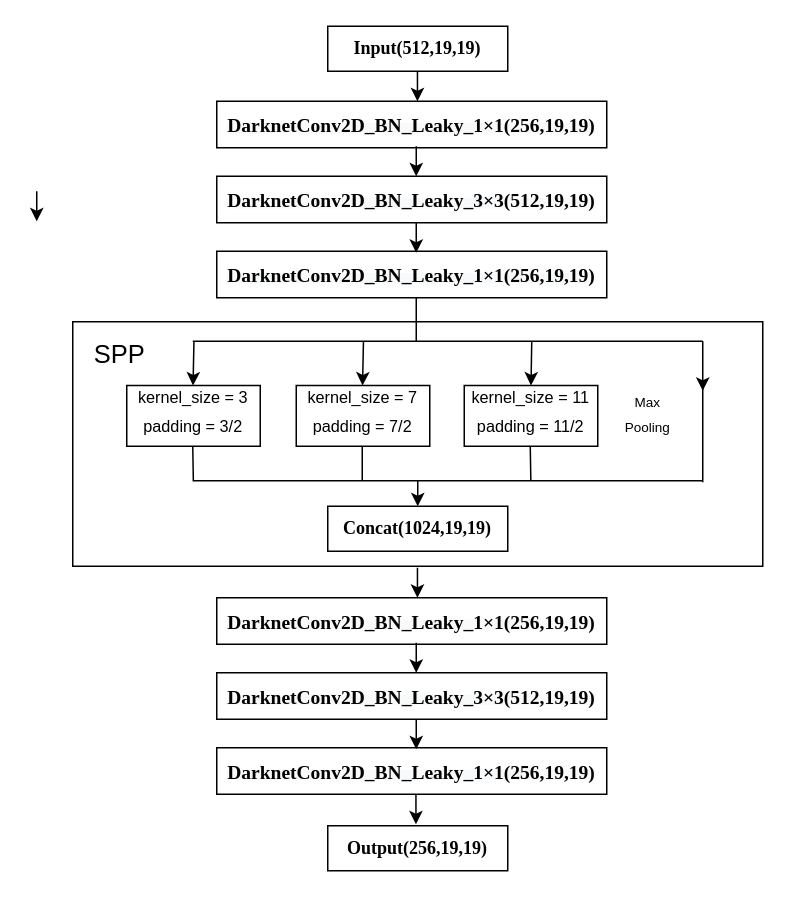
The draw.io diagram SPP详细结构.drawio in zjie134/blog_pic, before the edit. Source tidied: cells renumbered, new cells numbered last; positions are measured from the earlier drawing's top-left corner, leaving out a move shared by most shapes. Both pictures are drawn from the tidied source at 150%, with x=0, y=0 at pixel (36, 26).
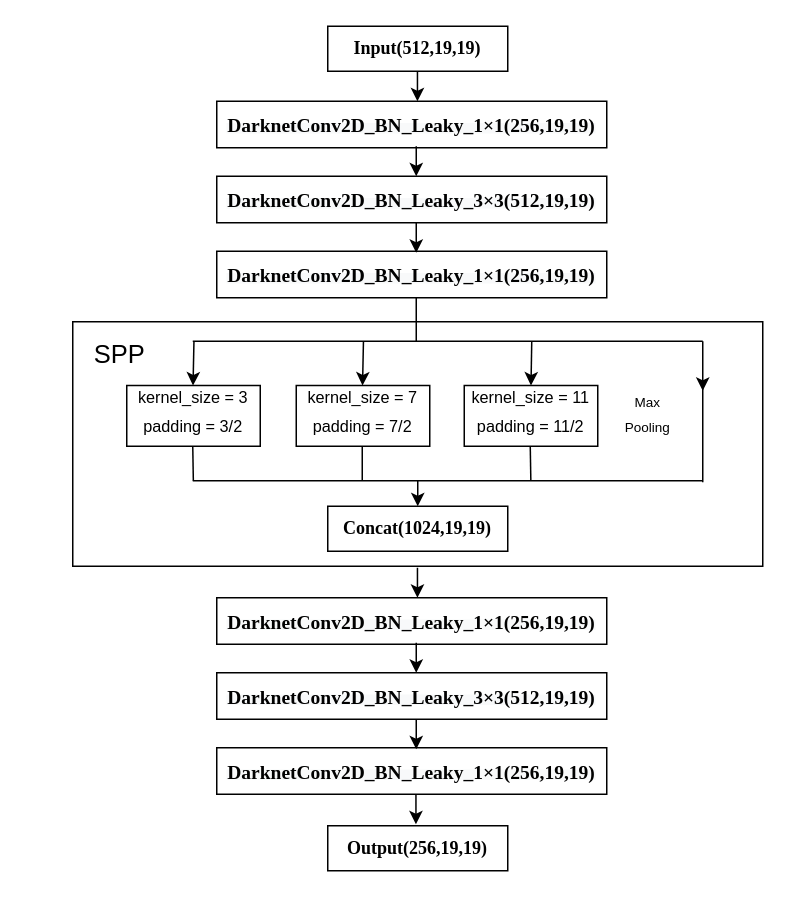
The same page after the edit.

Commit message (it also covers changes not shown here):
更新SPP详细结构.drawio

The edit, as a diff of the source:
```diff
@@
-    <mxCell id="24" style="endArrow=classic;html=1;" parent="1" edge="1">
-      <mxGeometry relative="1" as="geometry">
-        <mxPoint y="110" as="sourcePoint" />
-        <mxPoint y="130" as="targetPoint" />
-      </mxGeometry>
-    </mxCell>
```
